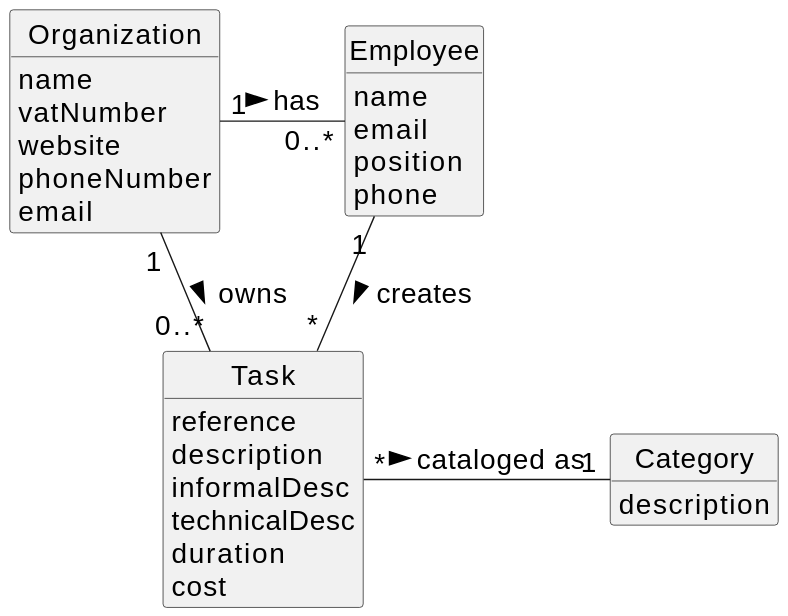
Above: docs/sprintA/us003/02.analysis/svg/us003-domain-model.svg in tiagosoa/lei-24-s2-1dgh-g073 (PlantUML), before the change. Source of this version:
```plantuml
@startuml
skinparamlocked defaultFontSize 20
skinparam monochrome true
skinparam packageStyle rectangle
skinparam shadowing false


skinparam classAttributeIconSize 0

hide circle
hide methods



class Organization {
    name
    vatNumber
    website
    phoneNumber
    email
}

class Task {
    reference
    description
    informalDesc
    technicalDesc
    duration
    cost
}

class Category {
    description
}

class Employee {
    name
    email
    position
    phone
}


Organization "1" - "0..*" Employee : has >
Organization "1" - "0..*" Task: owns >
Employee "1" -- "*" Task : creates >
Task "*" - "1" Category: cataloged as >
@enduml
```
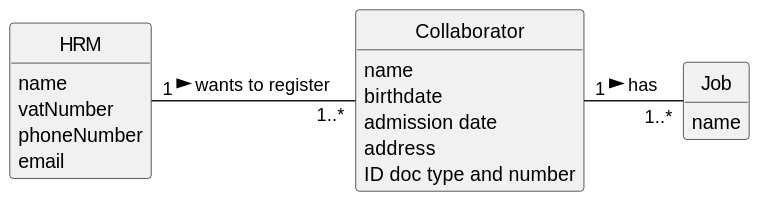
Later version of the same file.

What changed in the source:
```diff
@@ -1,5 +1,4 @@
 @startuml
-skinparamlocked defaultFontSize 20
 skinparam monochrome true
 skinparam packageStyle rectangle
 skinparam shadowing false
@@ -12,37 +11,27 @@
 
 
 
-class Organization {
+class HRM {
     name
     vatNumber
-    website
     phoneNumber
     email
 }
 
-class Task {
-    reference
-    description
-    informalDesc
-    technicalDesc
-    duration
-    cost
+class Job {
+    name
 }
 
-class Category {
-    description
-}
-
-class Employee {
+class Collaborator {
     name
-    email
-    position
-    phone
+    birthdate
+    admission date
+    address
+    contact info (mobile and email)
+    ID doc type and number
 }
 
 
-Organization "1" - "0..*" Employee : has >
-Organization "1" - "0..*" Task: owns >
-Employee "1" -- "*" Task : creates >
-Task "*" - "1" Category: cataloged as >
+HRM "1" - "1..*" Collaborator : wants to register >
+Collaborator "1" - "1..*" Job : has >
 @enduml
```
